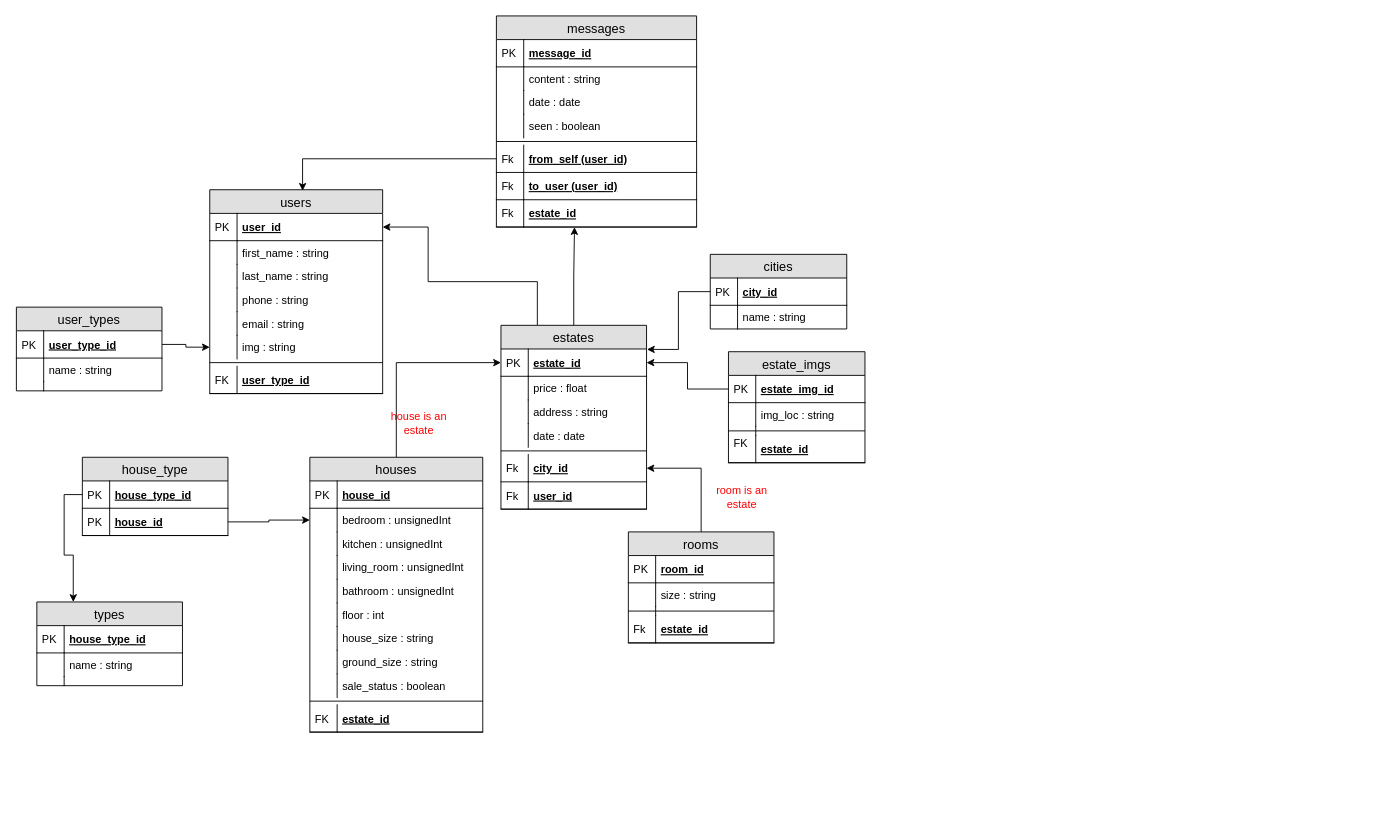
chounry/chuol-android keeps this draw.io diagram as page "Page-1" (1 of 2) of Database Diagram.drawio. Above is the earlier version. Source tidied: cells renumbered, new cells numbered last; positions are measured from the earlier drawing's top-left corner, leaving out a move shared by most shapes. Both pictures are drawn from the tidied source at 91%, with x=0, y=0 at pixel (16, 15).
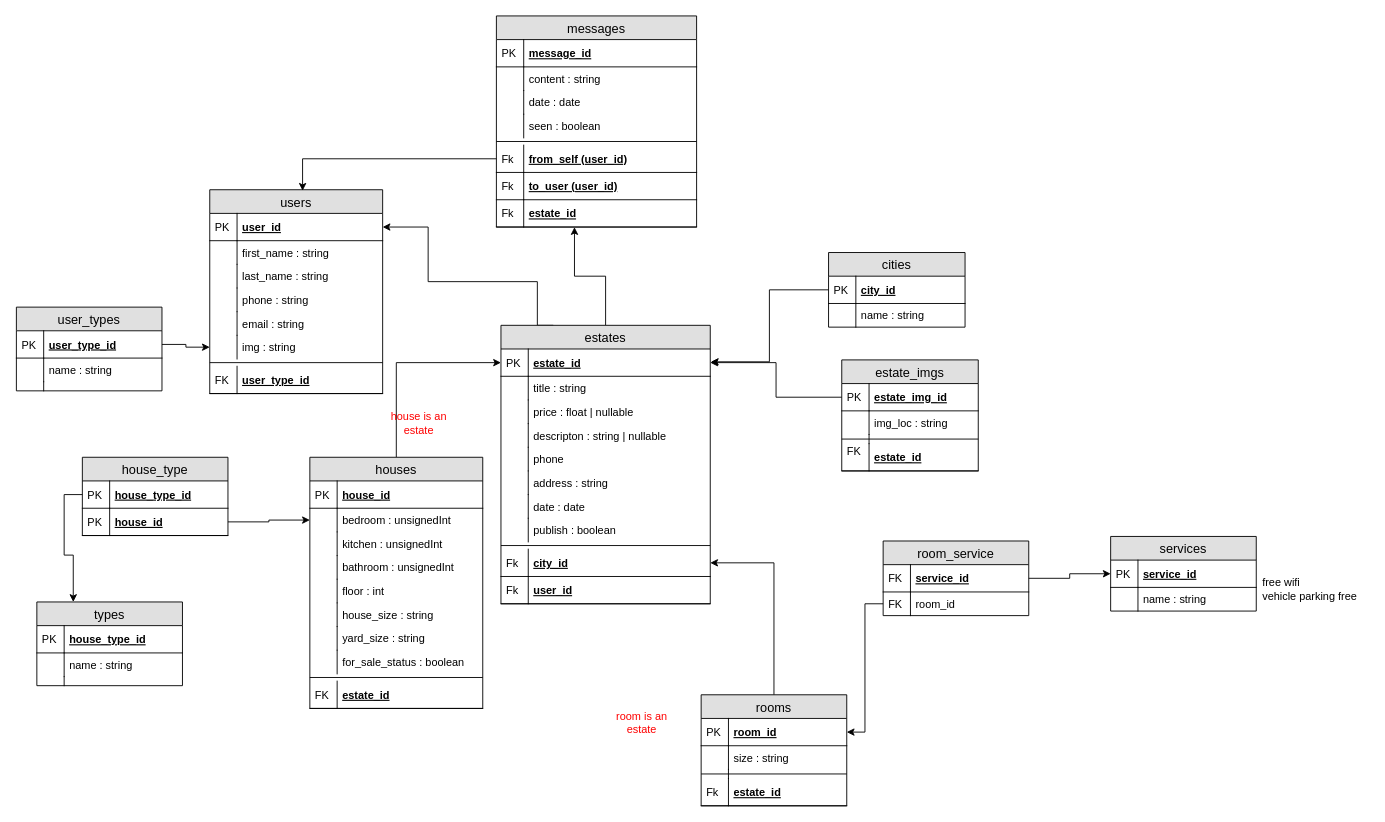
After the change.

Commit message (it also covers changes not shown here):
add activity diagram

The change refers to these unchanged cells:
```xml
<mxCell id="27" value="room_id" style="shape=partialRectangle;top=0;left=0;right=0;bottom=1;align=left;verticalAlign=middle;fillColor=none;spacingLeft=34;spacingRight=4;overflow=hidden;points=[[0,0.5],[1,0.5]];portConstraint=eastwest;fontStyle=5;fontSize=12;" parent="26" vertex="1">
  <mxGeometry y="26" width="160" height="30" as="geometry" />
</mxCell>
```

Diff of the diagram source:
```diff
@@
     <mxCell id="3" value="houses" style="swimlane;fontStyle=0;horizontal=1;startSize=26;fillColor=#e0e0e0;swimlaneFillColor=#ffffff;align=center;fontSize=14;" parent="1" vertex="1">
-      <mxGeometry x="322" y="485" width="190" height="302" as="geometry" />
+      <mxGeometry x="322" y="485" width="190" height="276" as="geometry" />
     </mxCell>
@@
-    <mxCell id="10" value="living_room : unsignedInt" style="shape=partialRectangle;top=0;left=0;right=0;bottom=0;align=left;verticalAlign=top;fillColor=none;spacingLeft=34;spacingRight=4;overflow=hidden;fontSize=12;" parent="3" vertex="1">
-      <mxGeometry y="108" width="190" height="26" as="geometry" />
-    </mxCell>
-    <mxCell id="11" style="shape=partialRectangle;top=0;left=0;bottom=0;fillColor=none;align=left;verticalAlign=top;spacingLeft=4;spacingRight=4;overflow=hidden;fontSize=12;" parent="10" vertex="1">
-      <mxGeometry width="30" height="26" as="geometry" />
-    </mxCell>
     <mxCell id="12" value="bathroom : unsignedInt" style="shape=partialRectangle;top=0;left=0;right=0;bottom=0;align=left;verticalAlign=top;fillColor=none;spacingLeft=34;spacingRight=4;overflow=hidden;fontSize=12;" parent="3" vertex="1">
-      <mxGeometry y="134" width="190" height="26" as="geometry" />
+      <mxGeometry y="108" width="190" height="26" as="geometry" />
     </mxCell>
@@
     <mxCell id="14" value="floor : int" style="shape=partialRectangle;top=0;left=0;right=0;bottom=0;align=left;verticalAlign=top;fillColor=none;spacingLeft=34;spacingRight=4;overflow=hidden;fontSize=12;" parent="3" vertex="1">
-      <mxGeometry y="160" width="190" height="26" as="geometry" />
+      <mxGeometry y="134" width="190" height="26" as="geometry" />
     </mxCell>
@@
     <mxCell id="16" value="house_size : string" style="shape=partialRectangle;top=0;left=0;right=0;bottom=0;align=left;verticalAlign=top;fillColor=none;spacingLeft=34;spacingRight=4;overflow=hidden;fontSize=12;" parent="3" vertex="1">
-      <mxGeometry y="186" width="190" height="26" as="geometry" />
+      <mxGeometry y="160" width="190" height="26" as="geometry" />
     </mxCell>
@@
-    <mxCell id="18" value="ground_size : string" style="shape=partialRectangle;top=0;left=0;right=0;bottom=0;align=left;verticalAlign=top;fillColor=none;spacingLeft=34;spacingRight=4;overflow=hidden;fontSize=12;" parent="3" vertex="1">
-      <mxGeometry y="212" width="190" height="26" as="geometry" />
+    <mxCell id="18" value="yard_size : string" style="shape=partialRectangle;top=0;left=0;right=0;bottom=0;align=left;verticalAlign=top;fillColor=none;spacingLeft=34;spacingRight=4;overflow=hidden;fontSize=12;" parent="3" vertex="1">
+      <mxGeometry y="186" width="190" height="26" as="geometry" />
     </mxCell>
@@
-    <mxCell id="20" value="sale_status : boolean" style="shape=partialRectangle;top=0;left=0;right=0;bottom=0;align=left;verticalAlign=top;fillColor=none;spacingLeft=34;spacingRight=4;overflow=hidden;fontSize=12;" parent="3" vertex="1">
-      <mxGeometry y="238" width="190" height="26" as="geometry" />
+    <mxCell id="20" value="for_sale_status : boolean" style="shape=partialRectangle;top=0;left=0;right=0;bottom=0;align=left;verticalAlign=top;fillColor=none;spacingLeft=34;spacingRight=4;overflow=hidden;fontSize=12;" parent="3" vertex="1">
+      <mxGeometry y="212" width="190" height="26" as="geometry" />
     </mxCell>
@@
     <mxCell id="22" style="line;strokeWidth=1;fillColor=none;align=left;verticalAlign=middle;spacingTop=-1;spacingLeft=3;spacingRight=3;labelPosition=right;fontSize=12;" parent="3" vertex="1">
-      <mxGeometry y="264" width="190" height="8" as="geometry" />
+      <mxGeometry y="238" width="190" height="8" as="geometry" />
     </mxCell>
     <mxCell id="23" value="estate_id" style="shape=partialRectangle;top=0;left=0;right=0;bottom=1;align=left;verticalAlign=middle;fillColor=none;spacingLeft=34;spacingRight=4;overflow=hidden;fontStyle=5;fontSize=12;" parent="3" vertex="1">
-      <mxGeometry y="272" width="190" height="30" as="geometry" />
+      <mxGeometry y="246" width="190" height="30" as="geometry" />
     </mxCell>
@@
     <mxCell id="26" value="rooms" style="swimlane;fontStyle=0;horizontal=1;startSize=26;fillColor=#e0e0e0;swimlaneFillColor=#ffffff;align=center;fontSize=14;" parent="1" vertex="1">
-      <mxGeometry x="672" y="567" width="160" height="122" as="geometry" />
+      <mxGeometry x="752" y="746" width="160" height="122" as="geometry" />
     </mxCell>
@@
     <mxCell id="47" value="estate_imgs" style="swimlane;fontStyle=0;horizontal=1;startSize=26;fillColor=#e0e0e0;swimlaneFillColor=#ffffff;align=center;fontSize=14;" parent="1" vertex="1">
-      <mxGeometry x="782" y="369" width="150" height="122" as="geometry" />
+      <mxGeometry x="906.5" y="378" width="150" height="122" as="geometry" />
     </mxCell>
@@
     <mxCell id="60" value="estates" style="swimlane;fontStyle=0;horizontal=1;startSize=26;fillColor=#e0e0e0;swimlaneFillColor=#ffffff;align=center;fontSize=14;" parent="1" vertex="1">
-      <mxGeometry x="532" y="340" width="160" height="202" as="geometry" />
+      <mxGeometry x="532" y="340" width="230" height="306" as="geometry" />
     </mxCell>
     <mxCell id="61" value="estate_id" style="shape=partialRectangle;top=0;left=0;right=0;bottom=1;align=left;verticalAlign=middle;fillColor=none;spacingLeft=34;spacingRight=4;overflow=hidden;points=[[0,0.5],[1,0.5]];portConstraint=eastwest;fontStyle=5;fontSize=12;" parent="60" vertex="1">
-      <mxGeometry y="26" width="160" height="30" as="geometry" />
+      <mxGeometry y="26" width="230" height="30" as="geometry" />
     </mxCell>
@@
+    <mxCell id="124" value="title : string" style="shape=partialRectangle;top=0;left=0;right=0;bottom=0;align=left;verticalAlign=top;fillColor=none;spacingLeft=34;spacingRight=4;overflow=hidden;fontSize=12;" parent="60" vertex="1">
+      <mxGeometry y="56" width="230" height="26" as="geometry" />
+    </mxCell>
+    <mxCell id="125" style="shape=partialRectangle;top=0;left=0;bottom=0;fillColor=none;align=left;verticalAlign=top;spacingLeft=4;spacingRight=4;overflow=hidden;fontSize=12;" parent="124" vertex="1">
+      <mxGeometry width="30" height="26" as="geometry" />
+    </mxCell>
-    <mxCell id="63" value="price : float" style="shape=partialRectangle;top=0;left=0;right=0;bottom=0;align=left;verticalAlign=top;fillColor=none;spacingLeft=34;spacingRight=4;overflow=hidden;fontSize=12;" parent="60" vertex="1">
-      <mxGeometry y="56" width="160" height="26" as="geometry" />
+    <mxCell id="63" value="price : float | nullable" style="shape=partialRectangle;top=0;left=0;right=0;bottom=0;align=left;verticalAlign=top;fillColor=none;spacingLeft=34;spacingRight=4;overflow=hidden;fontSize=12;" parent="60" vertex="1">
+      <mxGeometry y="82" width="230" height="26" as="geometry" />
     </mxCell>
@@
+    <mxCell id="126" value="descripton : string | nullable" style="shape=partialRectangle;top=0;left=0;right=0;bottom=0;align=left;verticalAlign=top;fillColor=none;spacingLeft=34;spacingRight=4;overflow=hidden;fontSize=12;" parent="60" vertex="1">
+      <mxGeometry y="108" width="230" height="26" as="geometry" />
+    </mxCell>
+    <mxCell id="127" style="shape=partialRectangle;top=0;left=0;bottom=0;fillColor=none;align=left;verticalAlign=top;spacingLeft=4;spacingRight=4;overflow=hidden;fontSize=12;" parent="126" vertex="1">
+      <mxGeometry width="30" height="26" as="geometry" />
+    </mxCell>
+    <mxCell id="128" value="phone" style="shape=partialRectangle;top=0;left=0;right=0;bottom=0;align=left;verticalAlign=top;fillColor=none;spacingLeft=34;spacingRight=4;overflow=hidden;fontSize=12;" parent="60" vertex="1">
+      <mxGeometry y="134" width="230" height="26" as="geometry" />
+    </mxCell>
+    <mxCell id="129" style="shape=partialRectangle;top=0;left=0;bottom=0;fillColor=none;align=left;verticalAlign=top;spacingLeft=4;spacingRight=4;overflow=hidden;fontSize=12;" parent="128" vertex="1">
+      <mxGeometry width="30" height="26" as="geometry" />
+    </mxCell>
     <mxCell id="65" value="address : string" style="shape=partialRectangle;top=0;left=0;right=0;bottom=0;align=left;verticalAlign=top;fillColor=none;spacingLeft=34;spacingRight=4;overflow=hidden;fontSize=12;" parent="60" vertex="1">
-      <mxGeometry y="82" width="160" height="26" as="geometry" />
+      <mxGeometry y="160" width="230" height="26" as="geometry" />
     </mxCell>
@@
     <mxCell id="67" value="date : date" style="shape=partialRectangle;top=0;left=0;right=0;bottom=0;align=left;verticalAlign=top;fillColor=none;spacingLeft=34;spacingRight=4;overflow=hidden;fontSize=12;" parent="60" vertex="1">
-      <mxGeometry y="108" width="160" height="26" as="geometry" />
+      <mxGeometry y="186" width="230" height="26" as="geometry" />
     </mxCell>
@@
+    <mxCell id="130" value="publish : boolean" style="shape=partialRectangle;top=0;left=0;right=0;bottom=0;align=left;verticalAlign=top;fillColor=none;spacingLeft=34;spacingRight=4;overflow=hidden;fontSize=12;" parent="60" vertex="1">
+      <mxGeometry y="212" width="230" height="26" as="geometry" />
+    </mxCell>
+    <mxCell id="131" style="shape=partialRectangle;top=0;left=0;bottom=0;fillColor=none;align=left;verticalAlign=top;spacingLeft=4;spacingRight=4;overflow=hidden;fontSize=12;" parent="130" vertex="1">
+      <mxGeometry width="30" height="26" as="geometry" />
+    </mxCell>
     <mxCell id="69" style="line;strokeWidth=1;fillColor=none;align=left;verticalAlign=middle;spacingTop=-1;spacingLeft=3;spacingRight=3;labelPosition=right;fontSize=12;" parent="60" vertex="1">
-      <mxGeometry y="134" width="160" height="8" as="geometry" />
+      <mxGeometry y="238" width="230" height="8" as="geometry" />
     </mxCell>
     <mxCell id="70" value="city_id" style="shape=partialRectangle;top=0;left=0;right=0;bottom=1;align=left;verticalAlign=middle;fillColor=none;spacingLeft=34;spacingRight=4;overflow=hidden;points=[[0,0.5],[1,0.5]];portConstraint=eastwest;fontStyle=5;fontSize=12;" parent="60" vertex="1">
-      <mxGeometry y="142" width="160" height="30" as="geometry" />
+      <mxGeometry y="246" width="230" height="30" as="geometry" />
     </mxCell>
@@
     <mxCell id="72" value="user_id" style="shape=partialRectangle;top=0;left=0;right=0;bottom=1;align=left;verticalAlign=middle;fillColor=none;spacingLeft=34;spacingRight=4;overflow=hidden;fontStyle=5;fontSize=12;" parent="60" vertex="1">
-      <mxGeometry y="172" width="160" height="30" as="geometry" />
+      <mxGeometry y="276" width="230" height="30" as="geometry" />
     </mxCell>
@@
     <mxCell id="92" value="cities" style="swimlane;fontStyle=0;horizontal=1;startSize=26;fillColor=#e0e0e0;swimlaneFillColor=#ffffff;align=center;fontSize=14;" parent="1" vertex="1">
-      <mxGeometry x="762" y="262" width="150" height="82" as="geometry" />
+      <mxGeometry x="892" y="260" width="150" height="82" as="geometry" />
     </mxCell>
@@
     <mxCell id="98" value="room is an estate" style="text;html=1;strokeColor=none;fillColor=none;align=center;verticalAlign=middle;whiteSpace=wrap;rounded=0;fontColor=#FF0000;" parent="1" vertex="1">
-      <mxGeometry x="762" y="519" width="70" height="20" as="geometry" />
+      <mxGeometry x="652" y="767" width="70" height="20" as="geometry" />
     </mxCell>
@@
+    <mxCell id="132" value="services" style="swimlane;fontStyle=0;horizontal=1;startSize=26;fillColor=#e0e0e0;swimlaneFillColor=#ffffff;align=center;fontSize=14;" parent="1" vertex="1">
+      <mxGeometry x="1202" y="572" width="160" height="82" as="geometry" />
+    </mxCell>
+    <mxCell id="133" value="service_id" style="shape=partialRectangle;top=0;left=0;right=0;bottom=1;align=left;verticalAlign=middle;fillColor=none;spacingLeft=34;spacingRight=4;overflow=hidden;points=[[0,0.5],[1,0.5]];portConstraint=eastwest;fontStyle=5;fontSize=12;" parent="132" vertex="1">
+      <mxGeometry y="26" width="160" height="30" as="geometry" />
+    </mxCell>
+    <mxCell id="134" value="PK" style="shape=partialRectangle;top=0;left=0;bottom=0;fillColor=none;align=left;verticalAlign=middle;spacingLeft=4;spacingRight=4;overflow=hidden;fontSize=12;" parent="133" vertex="1">
+      <mxGeometry width="30" height="30" as="geometry" />
+    </mxCell>
+    <mxCell id="135" value="name : string" style="shape=partialRectangle;top=0;left=0;right=0;bottom=0;align=left;verticalAlign=top;fillColor=none;spacingLeft=34;spacingRight=4;overflow=hidden;fontSize=12;" parent="132" vertex="1">
+      <mxGeometry y="56" width="160" height="26" as="geometry" />
+    </mxCell>
+    <mxCell id="136" style="shape=partialRectangle;top=0;left=0;bottom=0;fillColor=none;align=left;verticalAlign=top;spacingLeft=4;spacingRight=4;overflow=hidden;fontSize=12;" parent="135" vertex="1">
+      <mxGeometry width="30" height="26" as="geometry" />
+    </mxCell>
+    <mxCell id="137" value="room_service" style="swimlane;fontStyle=0;horizontal=1;startSize=26;fillColor=#e0e0e0;swimlaneFillColor=#ffffff;align=center;fontSize=14;" parent="1" vertex="1">
+      <mxGeometry x="952" y="577" width="160" height="82" as="geometry" />
+    </mxCell>
+    <mxCell id="138" value="service_id" style="shape=partialRectangle;top=0;left=0;right=0;bottom=1;align=left;verticalAlign=middle;fillColor=none;spacingLeft=34;spacingRight=4;overflow=hidden;points=[[0,0.5],[1,0.5]];portConstraint=eastwest;fontStyle=5;fontSize=12;" parent="137" vertex="1">
+      <mxGeometry y="26" width="160" height="30" as="geometry" />
+    </mxCell>
+    <mxCell id="139" value="FK" style="shape=partialRectangle;top=0;left=0;bottom=0;fillColor=none;align=left;verticalAlign=middle;spacingLeft=4;spacingRight=4;overflow=hidden;fontSize=12;" parent="138" vertex="1">
+      <mxGeometry width="30" height="30" as="geometry" />
+    </mxCell>
+    <mxCell id="140" value="room_id" style="shape=partialRectangle;top=0;left=0;right=0;bottom=0;align=left;verticalAlign=top;fillColor=none;spacingLeft=34;spacingRight=4;overflow=hidden;points=[[0,0.5],[1,0.5]];portConstraint=eastwest;fontSize=12;" parent="137" vertex="1">
+      <mxGeometry y="56" width="160" height="26" as="geometry" />
+    </mxCell>
+    <mxCell id="141" value="FK" style="shape=partialRectangle;top=0;left=0;bottom=0;fillColor=none;align=left;verticalAlign=top;spacingLeft=4;spacingRight=4;overflow=hidden;fontSize=12;" parent="140" vertex="1">
+      <mxGeometry width="30" height="26" as="geometry" />
+    </mxCell>
+    <mxCell id="142" style="edgeStyle=orthogonalEdgeStyle;rounded=0;jettySize=auto;html=1;exitX=1;exitY=0.5;exitDx=0;exitDy=0;entryX=0;entryY=0.5;entryDx=0;entryDy=0;" parent="1" edge="1" source="138" target="133">
+      <mxGeometry relative="1" as="geometry" />
+    </mxCell>
+    <mxCell id="143" style="edgeStyle=orthogonalEdgeStyle;rounded=0;jettySize=auto;html=1;exitX=0;exitY=0.5;exitDx=0;exitDy=0;entryX=1;entryY=0.5;entryDx=0;entryDy=0;" parent="1" edge="1" source="140" target="27">
+      <mxGeometry relative="1" as="geometry" />
+    </mxCell>
+    <mxCell id="144" value="free wifi" style="text;html=1;align=left;verticalAlign=top;spacingTop=-4;" parent="1" vertex="1">
+      <mxGeometry x="1367" y="613" width="60" height="20" as="geometry" />
+    </mxCell>
+    <mxCell id="145" value="vehicle parking free" style="text;html=1;align=left;verticalAlign=top;spacingTop=-4;" parent="1" vertex="1">
+      <mxGeometry x="1367" y="628" width="120" height="20" as="geometry" />
+    </mxCell>
```
